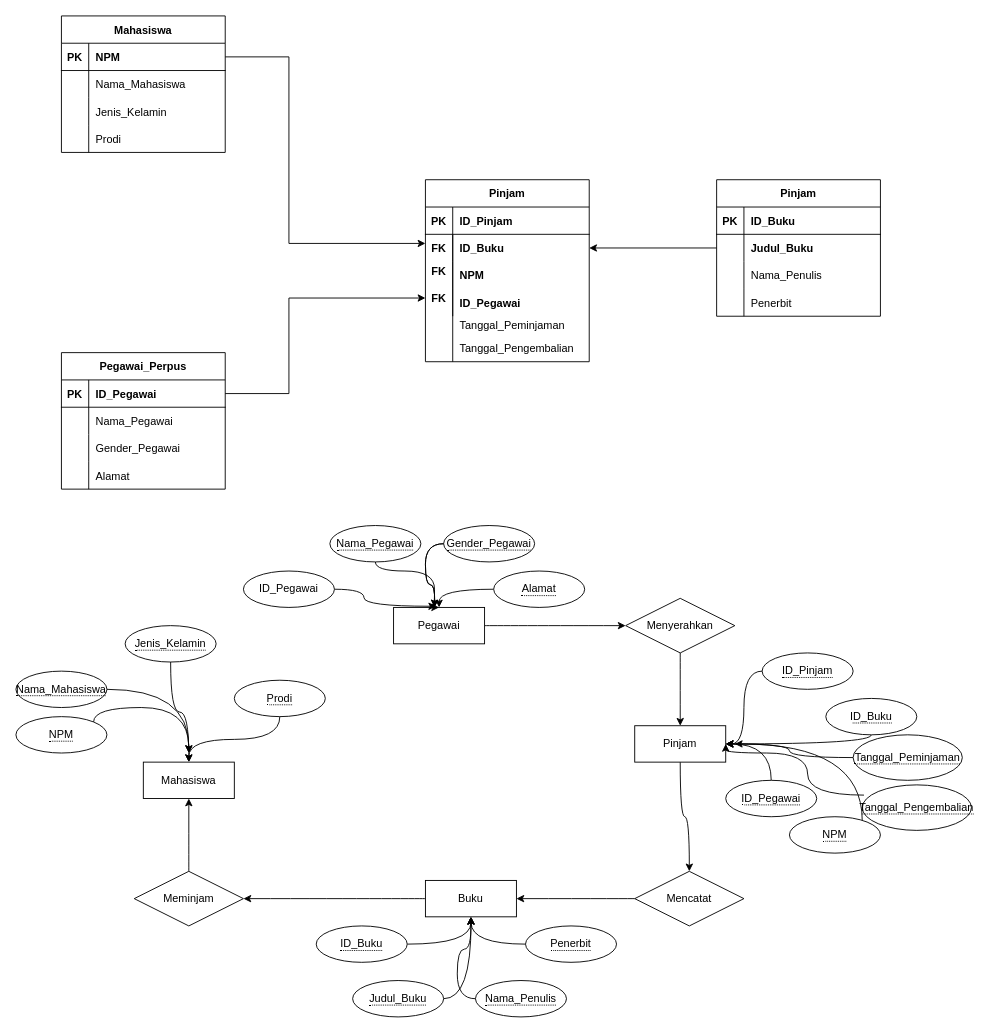
The draw.io diagram Rumah Sakit.drawio in lukmanprasetyo/Business-Model-Canvas-BMC-, before the edit. Source tidied: cells renumbered, new cells numbered last; positions are measured from the earlier drawing's top-left corner, leaving out a move shared by most shapes. Both pictures are drawn from the tidied source at 91%, with x=0, y=0 at pixel (15, 15).
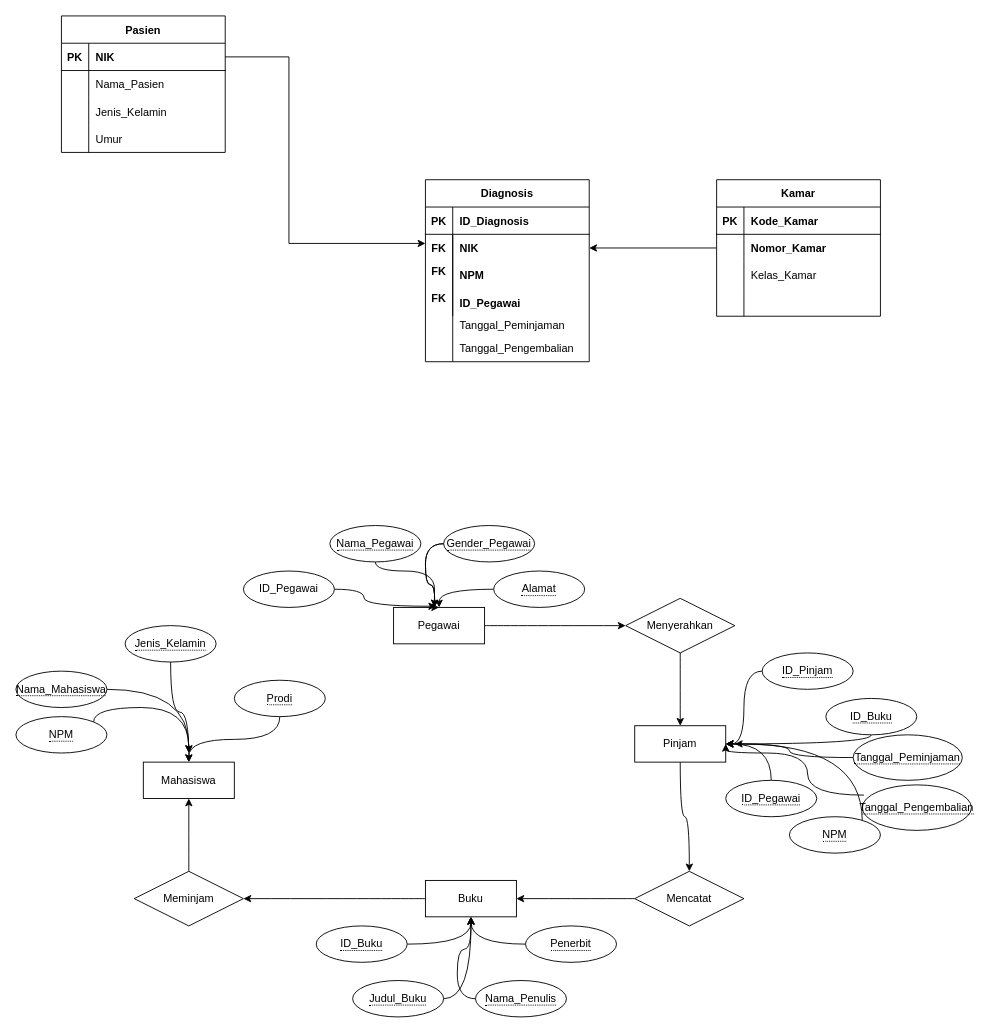
After the change.

The change refers to these unchanged cells:
```xml
<mxCell id="18" style="shape=tableRow;horizontal=0;startSize=0;swimlaneHead=0;swimlaneBody=0;fillColor=none;top=0;left=0;right=0;bottom=1;" parent="17" vertex="1">
  <mxGeometry y="30" width="180" height="30" as="geometry" />
</mxCell>
<mxCell id="21" style="shape=tableRow;horizontal=0;startSize=0;swimlaneHead=0;swimlaneBody=0;fillColor=none;points=[[0,0.5],[1,0.5]];portConstraint=eastwest;top=0;left=0;right=0;bottom=0;" parent="17" vertex="1">
  <mxGeometry y="60" width="180" height="30" as="geometry" />
</mxCell>
<mxCell id="39" style="shape=tableRow;horizontal=0;startSize=0;swimlaneHead=0;swimlaneBody=0;fillColor=none;top=0;left=0;right=0;bottom=1;" parent="38" vertex="1">
  <mxGeometry y="30" width="180" height="30" as="geometry" />
</mxCell>
<mxCell id="42" style="shape=tableRow;horizontal=0;startSize=0;swimlaneHead=0;swimlaneBody=0;fillColor=none;top=0;left=0;right=0;bottom=0;" parent="38" vertex="1">
  <mxGeometry y="60" width="180" height="30" as="geometry" />
</mxCell>
<mxCell id="48" style="shape=tableRow;horizontal=0;startSize=0;swimlaneHead=0;swimlaneBody=0;fillColor=none;top=0;left=0;right=0;bottom=0;" parent="38" vertex="1">
  <mxGeometry y="120" width="180" height="30" as="geometry" />
</mxCell>
<mxCell id="52" style="shape=tableRow;horizontal=0;startSize=0;swimlaneHead=0;swimlaneBody=0;fillColor=none;top=0;left=0;right=0;bottom=1;" parent="51" vertex="1">
  <mxGeometry y="30" width="180" height="30" as="geometry" />
</mxCell>
<mxCell id="55" style="shape=tableRow;horizontal=0;startSize=0;swimlaneHead=0;swimlaneBody=0;fillColor=none;points=[[0,0.5],[1,0.5]];portConstraint=eastwest;top=0;left=0;right=0;bottom=0;" parent="51" vertex="1">
  <mxGeometry y="60" width="180" height="30" as="geometry" />
</mxCell>
<mxCell id="58" style="shape=tableRow;horizontal=0;startSize=0;swimlaneHead=0;swimlaneBody=0;fillColor=none;top=0;left=0;right=0;bottom=0;" parent="51" vertex="1">
  <mxGeometry y="90" width="180" height="30" as="geometry" />
</mxCell>
<mxCell id="61" style="shape=tableRow;horizontal=0;startSize=0;swimlaneHead=0;swimlaneBody=0;fillColor=none;top=0;left=0;right=0;bottom=0;" parent="51" vertex="1">
  <mxGeometry y="120" width="180" height="30" as="geometry" />
</mxCell>
```

What changed in the source:
```diff
@@
-    <mxCell id="4" value="Pegawai_Perpus" style="shape=table;startSize=30;childLayout=tableLayout;rowLines=0;fontStyle=1;align=center;" parent="1" vertex="1">
-      <mxGeometry x="50" y="370" width="180" height="150" as="geometry" />
-    </mxCell>
-    <mxCell id="5" style="shape=tableRow;horizontal=0;startSize=0;swimlaneHead=0;swimlaneBody=0;fillColor=none;points=[[0,0.5],[1,0.5]];portConstraint=eastwest;top=0;left=0;right=0;bottom=1;" parent="4" vertex="1">
-      <mxGeometry y="30" width="180" height="30" as="geometry" />
-    </mxCell>
-    <mxCell id="6" value="PK" style="shape=partialRectangle;fillColor=none;top=0;left=0;bottom=0;right=0;fontStyle=1;overflow=hidden;" parent="5" vertex="1">
-      <mxGeometry width="30" height="30" as="geometry" />
-    </mxCell>
-    <mxCell id="7" value="ID_Pegawai" style="shape=partialRectangle;fillColor=none;top=0;left=0;bottom=0;right=0;align=left;spacingLeft=6;fontStyle=1;overflow=hidden;" parent="5" vertex="1">
-      <mxGeometry x="30" width="150" height="30" as="geometry" />
-    </mxCell>
-    <mxCell id="8" style="shape=tableRow;horizontal=0;startSize=0;swimlaneHead=0;swimlaneBody=0;fillColor=none;top=0;left=0;right=0;bottom=0;" parent="4" vertex="1">
-      <mxGeometry y="60" width="180" height="30" as="geometry" />
-    </mxCell>
-    <mxCell id="9" style="shape=partialRectangle;fillColor=none;top=0;left=0;bottom=0;right=0;overflow=hidden;" parent="8" vertex="1">
-      <mxGeometry width="30" height="30" as="geometry" />
-    </mxCell>
-    <mxCell id="10" value="Nama_Pegawai" style="shape=partialRectangle;fillColor=none;top=0;left=0;bottom=0;right=0;align=left;spacingLeft=6;overflow=hidden;" parent="8" vertex="1">
-      <mxGeometry x="30" width="150" height="30" as="geometry" />
-    </mxCell>
-    <mxCell id="11" style="shape=tableRow;horizontal=0;startSize=0;swimlaneHead=0;swimlaneBody=0;fillColor=none;top=0;left=0;right=0;bottom=0;" parent="4" vertex="1">
-      <mxGeometry y="90" width="180" height="30" as="geometry" />
-    </mxCell>
-    <mxCell id="12" style="shape=partialRectangle;fillColor=none;top=0;left=0;bottom=0;right=0;overflow=hidden;" parent="11" vertex="1">
-      <mxGeometry width="30" height="30" as="geometry" />
-    </mxCell>
-    <mxCell id="13" value="Gender_Pegawai" style="shape=partialRectangle;fillColor=none;top=0;left=0;bottom=0;right=0;align=left;spacingLeft=6;overflow=hidden;" parent="11" vertex="1">
-      <mxGeometry x="30" width="150" height="30" as="geometry" />
-    </mxCell>
-    <mxCell id="14" style="shape=tableRow;horizontal=0;startSize=0;swimlaneHead=0;swimlaneBody=0;fillColor=none;top=0;left=0;right=0;bottom=0;" parent="4" vertex="1">
-      <mxGeometry y="120" width="180" height="30" as="geometry" />
-    </mxCell>
-    <mxCell id="15" style="shape=partialRectangle;fillColor=none;top=0;left=0;bottom=0;right=0;overflow=hidden;" parent="14" vertex="1">
-      <mxGeometry width="30" height="30" as="geometry" />
-    </mxCell>
-    <mxCell id="16" value="Alamat" style="shape=partialRectangle;fillColor=none;top=0;left=0;bottom=0;right=0;align=left;spacingLeft=6;overflow=hidden;" parent="14" vertex="1">
-      <mxGeometry x="30" width="150" height="30" as="geometry" />
-    </mxCell>
-    <mxCell id="17" value="Pinjam" style="shape=table;startSize=30;childLayout=tableLayout;rowLines=0;fontStyle=1;align=center;" parent="1" vertex="1">
+    <mxCell id="17" value="Diagnosis" style="shape=table;startSize=30;childLayout=tableLayout;rowLines=0;fontStyle=1;align=center;" parent="1" vertex="1">
       <mxGeometry x="450" y="180" width="180" height="200" as="geometry" />
     </mxCell>
@@
-    <mxCell id="20" value="ID_Pinjam" style="shape=partialRectangle;fillColor=none;top=0;left=0;bottom=0;right=0;align=left;spacingLeft=6;fontStyle=1;overflow=hidden;" parent="18" vertex="1">
+    <mxCell id="20" value="ID_Diagnosis" style="shape=partialRectangle;fillColor=none;top=0;left=0;bottom=0;right=0;align=left;spacingLeft=6;fontStyle=1;overflow=hidden;" parent="18" vertex="1">
       <mxGeometry x="30" width="150" height="30" as="geometry" />
     </mxCell>
@@
-    <mxCell id="23" value="ID_Buku" style="shape=partialRectangle;fillColor=none;top=0;left=0;bottom=0;right=0;align=left;spacingLeft=6;overflow=hidden;fontStyle=1;" parent="21" vertex="1">
+    <mxCell id="23" value="NIK" style="shape=partialRectangle;fillColor=none;top=0;left=0;bottom=0;right=0;align=left;spacingLeft=6;overflow=hidden;fontStyle=1;" parent="21" vertex="1">
       <mxGeometry x="30" width="150" height="30" as="geometry" />
     </mxCell>
@@
-    <mxCell id="37" style="edgeStyle=orthogonalEdgeStyle;rounded=0;jettySize=auto;html=1;" parent="1" edge="1" source="5">
-      <mxGeometry relative="1" as="geometry">
-        <mxPoint x="450" y="310" as="targetPoint" />
-        <Array as="points">
-          <mxPoint x="300" y="415" />
-          <mxPoint x="300" y="310" />
-        </Array>
-      </mxGeometry>
-    </mxCell>
-    <mxCell id="38" value="Mahasiswa" style="shape=table;startSize=30;childLayout=tableLayout;rowLines=0;fontStyle=1;align=center;" parent="1" vertex="1">
+    <mxCell id="38" value="Pasien" style="shape=table;startSize=30;childLayout=tableLayout;rowLines=0;fontStyle=1;align=center;" parent="1" vertex="1">
       <mxGeometry x="50" width="180" height="150" as="geometry" />
     </mxCell>
@@
-    <mxCell id="41" value="NPM" style="shape=partialRectangle;fillColor=none;top=0;left=0;bottom=0;right=0;align=left;spacingLeft=6;fontStyle=1;overflow=hidden;" parent="39" vertex="1">
+    <mxCell id="41" value="NIK" style="shape=partialRectangle;fillColor=none;top=0;left=0;bottom=0;right=0;align=left;spacingLeft=6;fontStyle=1;overflow=hidden;" parent="39" vertex="1">
       <mxGeometry x="30" width="150" height="30" as="geometry" />
     </mxCell>
@@
-    <mxCell id="44" value="Nama_Mahasiswa" style="shape=partialRectangle;fillColor=none;top=0;left=0;bottom=0;right=0;align=left;spacingLeft=6;overflow=hidden;" parent="42" vertex="1">
+    <mxCell id="44" value="Nama_Pasien" style="shape=partialRectangle;fillColor=none;top=0;left=0;bottom=0;right=0;align=left;spacingLeft=6;overflow=hidden;" parent="42" vertex="1">
       <mxGeometry x="30" width="150" height="30" as="geometry" />
     </mxCell>
@@
-    <mxCell id="50" value="Prodi" style="shape=partialRectangle;fillColor=none;top=0;left=0;bottom=0;right=0;align=left;spacingLeft=6;overflow=hidden;" parent="48" vertex="1">
+    <mxCell id="50" value="Umur" style="shape=partialRectangle;fillColor=none;top=0;left=0;bottom=0;right=0;align=left;spacingLeft=6;overflow=hidden;" parent="48" vertex="1">
       <mxGeometry x="30" width="150" height="30" as="geometry" />
     </mxCell>
-    <mxCell id="51" value="Pinjam" style="shape=table;startSize=30;childLayout=tableLayout;rowLines=0;fontStyle=1;align=center;" parent="1" vertex="1">
+    <mxCell id="51" value="Kamar" style="shape=table;startSize=30;childLayout=tableLayout;rowLines=0;fontStyle=1;align=center;" parent="1" vertex="1">
       <mxGeometry x="770" y="180" width="180" height="150" as="geometry" />
     </mxCell>
@@
-    <mxCell id="54" value="ID_Buku" style="shape=partialRectangle;fillColor=none;top=0;left=0;bottom=0;right=0;align=left;spacingLeft=6;fontStyle=1;overflow=hidden;" parent="52" vertex="1">
+    <mxCell id="54" value="Kode_Kamar" style="shape=partialRectangle;fillColor=none;top=0;left=0;bottom=0;right=0;align=left;spacingLeft=6;fontStyle=1;overflow=hidden;" parent="52" vertex="1">
       <mxGeometry x="30" width="150" height="30" as="geometry" />
     </mxCell>
@@
-    <mxCell id="57" value="Judul_Buku" style="shape=partialRectangle;fillColor=none;top=0;left=0;bottom=0;right=0;align=left;spacingLeft=6;overflow=hidden;fontStyle=1;" parent="55" vertex="1">
+    <mxCell id="57" value="Nomor_Kamar" style="shape=partialRectangle;fillColor=none;top=0;left=0;bottom=0;right=0;align=left;spacingLeft=6;overflow=hidden;fontStyle=1;" parent="55" vertex="1">
       <mxGeometry x="30" width="150" height="30" as="geometry" />
     </mxCell>
@@
-    <mxCell id="60" value="Nama_Penulis" style="shape=partialRectangle;fillColor=none;top=0;left=0;bottom=0;right=0;align=left;spacingLeft=6;overflow=hidden;" parent="58" vertex="1">
+    <mxCell id="60" value="Kelas_Kamar" style="shape=partialRectangle;fillColor=none;top=0;left=0;bottom=0;right=0;align=left;spacingLeft=6;overflow=hidden;" parent="58" vertex="1">
       <mxGeometry x="30" width="150" height="30" as="geometry" />
     </mxCell>
@@
-    <mxCell id="63" value="Penerbit" style="shape=partialRectangle;fillColor=none;top=0;left=0;bottom=0;right=0;align=left;spacingLeft=6;overflow=hidden;" parent="61" vertex="1">
+    <mxCell id="63" style="shape=partialRectangle;fillColor=none;top=0;left=0;bottom=0;right=0;align=left;spacingLeft=6;overflow=hidden;" parent="61" vertex="1">
       <mxGeometry x="30" width="150" height="30" as="geometry" />
     </mxCell>
```
